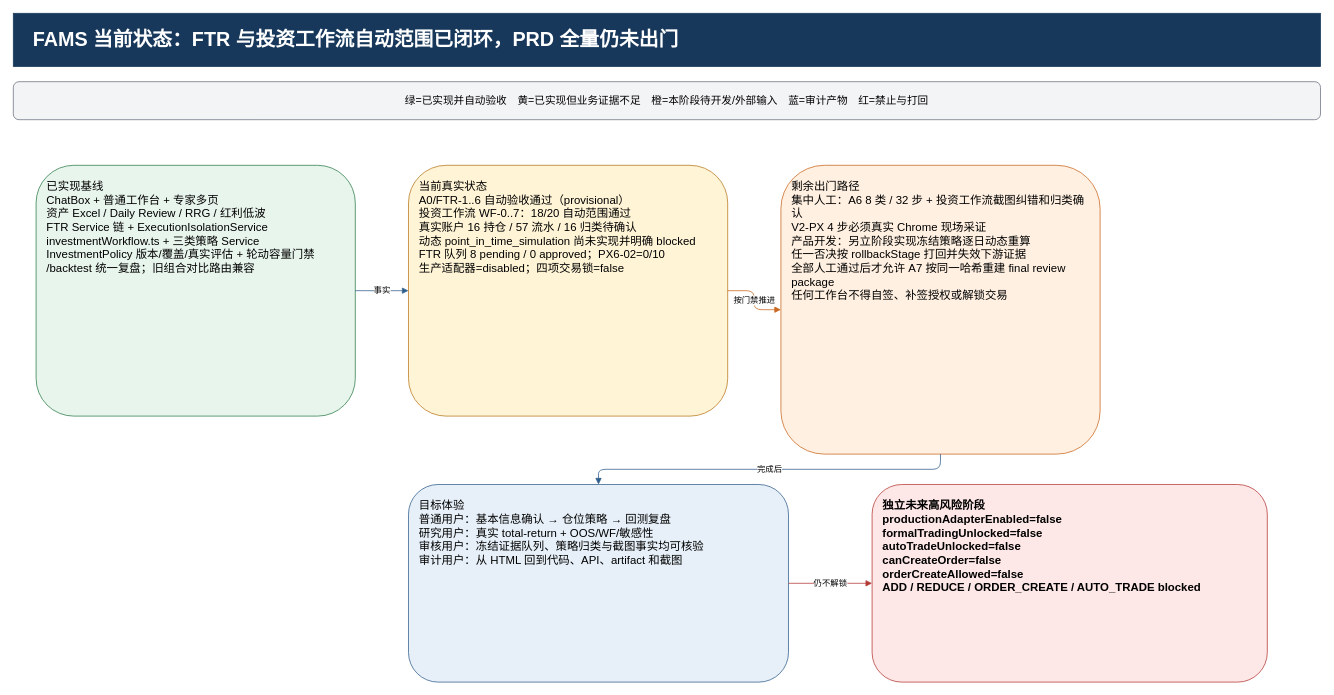
Before: page "1 当前基线与阶段目标" (1 of 8) of docs/target-architecture-gap.drawio in ljx418/FAMS, a draw.io diagram. Source tidied: cells renumbered, new cells numbered last; positions are measured from the earlier drawing's top-left corner, leaving out a move shared by most shapes. Both pictures are drawn from the tidied source at 76%, with x=0, y=0 at pixel (13, 13).
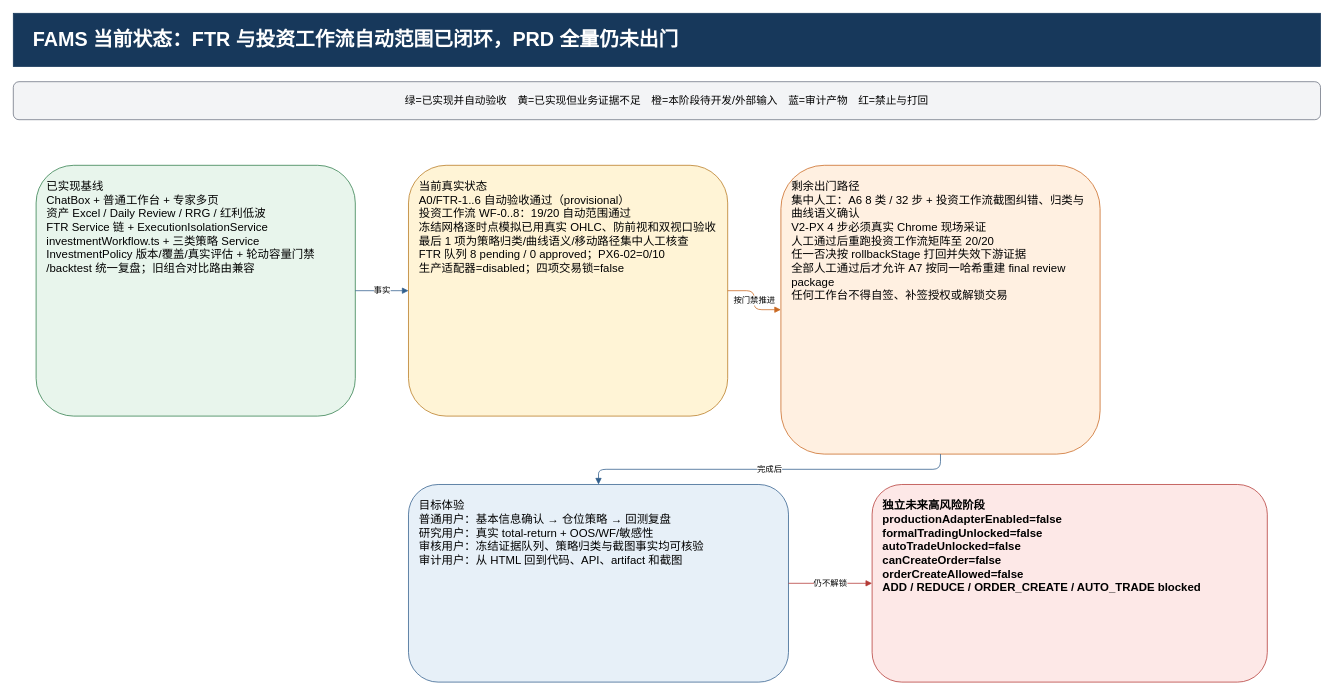
The same diagram, later.

Change to the diagram source:
```diff
@@
 <mxGraphModel>
   <root>
     <mxCell id="0" />
     <mxCell id="1" parent="0" />
     <mxCell id="2" value="FAMS 当前状态：FTR 与投资工作流自动范围已闭环，PRD 全量仍未出门" style="rounded=0;whiteSpace=wrap;html=1;fontFamily=Microsoft YaHei;fontSize=26;fontStyle=1;align=left;fillColor=#17385b;strokeColor=#17385b;fontColor=#ffffff;spacingLeft=24;" parent="1" vertex="1">
       <mxGeometry width="1720" height="70" as="geometry" />
     </mxCell>
     <mxCell id="3" value="绿=已实现并自动验收　黄=已实现但业务证据不足　橙=本阶段待开发/外部输入　蓝=审计产物　红=禁止与打回" style="rounded=1;whiteSpace=wrap;html=1;fontFamily=Microsoft YaHei;fontSize=14;fillColor=#f3f4f6;strokeColor=#6b7280;" parent="1" vertex="1">
       <mxGeometry y="90" width="1720" height="50" as="geometry" />
     </mxCell>
     <mxCell id="4" value="已实现基线&#10;ChatBox + 普通工作台 + 专家多页&#10;资产 Excel / Daily Review / RRG / 红利低波&#10;FTR Service 链 + ExecutionIsolationService&#10;investmentWorkflow.ts + 三类策略 Service&#10;InvestmentPolicy 版本/覆盖/真实评估 + 轮动容量门禁&#10;/backtest 统一复盘；旧组合对比路由兼容" style="rounded=1;whiteSpace=wrap;html=1;fontFamily=Microsoft YaHei;fontSize=15;align=left;verticalAlign=top;fillColor=#e8f5ec;strokeColor=#2f7d4a;spacing=14;" parent="1" vertex="1">
       <mxGeometry x="30" y="200" width="420" height="330" as="geometry" />
     </mxCell>
-    <mxCell id="5" value="当前真实状态&#10;A0/FTR-1..6 自动验收通过（provisional）&#10;投资工作流 WF-0..7：18/20 自动范围通过&#10;真实账户 16 持仓 / 57 流水 / 16 归类待确认&#10;动态 point_in_time_simulation 尚未实现并明确 blocked&#10;FTR 队列 8 pending / 0 approved；PX6-02=0/10&#10;生产适配器=disabled；四项交易锁=false" style="rounded=1;whiteSpace=wrap;html=1;fontFamily=Microsoft YaHei;fontSize=15;align=left;verticalAlign=top;fillColor=#fff4d6;strokeColor=#b7791f;spacing=14;" parent="1" vertex="1">
+    <mxCell id="5" value="当前真实状态&#10;A0/FTR-1..6 自动验收通过（provisional）&#10;投资工作流 WF-0..8：19/20 自动范围通过&#10;冻结网格逐时点模拟已用真实 OHLC、防前视和双视口验收&#10;最后 1 项为策略归类/曲线语义/移动路径集中人工核查&#10;FTR 队列 8 pending / 0 approved；PX6-02=0/10&#10;生产适配器=disabled；四项交易锁=false" style="rounded=1;whiteSpace=wrap;html=1;fontFamily=Microsoft YaHei;fontSize=15;align=left;verticalAlign=top;fillColor=#fff4d6;strokeColor=#b7791f;spacing=14;" parent="1" vertex="1">
       <mxGeometry x="520" y="200" width="420" height="330" as="geometry" />
     </mxCell>
-    <mxCell id="6" value="剩余出门路径&#10;集中人工：A6 8 类 / 32 步 + 投资工作流截图纠错和归类确认&#10;V2-PX 4 步必须真实 Chrome 现场采证&#10;产品开发：另立阶段实现冻结策略逐日动态重算&#10;任一否决按 rollbackStage 打回并失效下游证据&#10;全部人工通过后才允许 A7 按同一哈希重建 final review package&#10;任何工作台不得自签、补签授权或解锁交易" style="rounded=1;whiteSpace=wrap;html=1;fontFamily=Microsoft YaHei;fontSize=15;align=left;verticalAlign=top;fillColor=#fff0e1;strokeColor=#c96820;spacing=14;" parent="1" vertex="1">
+    <mxCell id="6" value="剩余出门路径&#10;集中人工：A6 8 类 / 32 步 + 投资工作流截图纠错、归类与曲线语义确认&#10;V2-PX 4 步必须真实 Chrome 现场采证&#10;人工通过后重跑投资工作流矩阵至 20/20&#10;任一否决按 rollbackStage 打回并失效下游证据&#10;全部人工通过后才允许 A7 按同一哈希重建 final review package&#10;任何工作台不得自签、补签授权或解锁交易" style="rounded=1;whiteSpace=wrap;html=1;fontFamily=Microsoft YaHei;fontSize=15;align=left;verticalAlign=top;fillColor=#fff0e1;strokeColor=#c96820;spacing=14;" parent="1" vertex="1">
       <mxGeometry x="1010" y="200" width="420" height="380" as="geometry" />
     </mxCell>
     <mxCell id="7" value="目标体验&#10;普通用户：基本信息确认 → 仓位策略 → 回测复盘&#10;研究用户：真实 total-return + OOS/WF/敏感性&#10;审核用户：冻结证据队列、策略归类与截图事实均可核验&#10;审计用户：从 HTML 回到代码、API、artifact 和截图" style="rounded=1;whiteSpace=wrap;html=1;fontFamily=Microsoft YaHei;fontSize=15;align=left;verticalAlign=top;fillColor=#e7f0f8;strokeColor=#315f8c;spacing=14;" parent="1" vertex="1">
       <mxGeometry x="520" y="620" width="500" height="260" as="geometry" />
     </mxCell>
     <mxCell id="8" value="独立未来高风险阶段&#10;productionAdapterEnabled=false&#10;formalTradingUnlocked=false&#10;autoTradeUnlocked=false&#10;canCreateOrder=false&#10;orderCreateAllowed=false&#10;ADD / REDUCE / ORDER_CREATE / AUTO_TRADE blocked" style="rounded=1;whiteSpace=wrap;html=1;fontFamily=Microsoft YaHei;fontSize=15;fontStyle=1;align=left;verticalAlign=top;fillColor=#fde8e7;strokeColor=#b43a36;spacing=14;" parent="1" vertex="1">
       <mxGeometry x="1130" y="620" width="520" height="260" as="geometry" />
     </mxCell>
     <mxCell id="9" value="事实" style="edgeStyle=orthogonalEdgeStyle;html=1;endArrow=block;strokeColor=#315f8c;" parent="1" edge="1" source="4" target="5">
       <mxGeometry relative="1" as="geometry" />
     </mxCell>
     <mxCell id="10" value="按门禁推进" style="edgeStyle=orthogonalEdgeStyle;html=1;endArrow=block;strokeColor=#c96820;" parent="1" edge="1" source="5" target="6">
       <mxGeometry relative="1" as="geometry" />
     </mxCell>
     <mxCell id="11" value="完成后" style="edgeStyle=orthogonalEdgeStyle;html=1;endArrow=block;strokeColor=#315f8c;" parent="1" edge="1" source="6" target="7">
       <mxGeometry relative="1" as="geometry" />
     </mxCell>
     <mxCell id="12" value="仍不解锁" style="edgeStyle=orthogonalEdgeStyle;html=1;endArrow=block;strokeColor=#b43a36;" parent="1" edge="1" source="7" target="8">
       <mxGeometry relative="1" as="geometry" />
     </mxCell>
   </root>
 </mxGraphModel>
```
